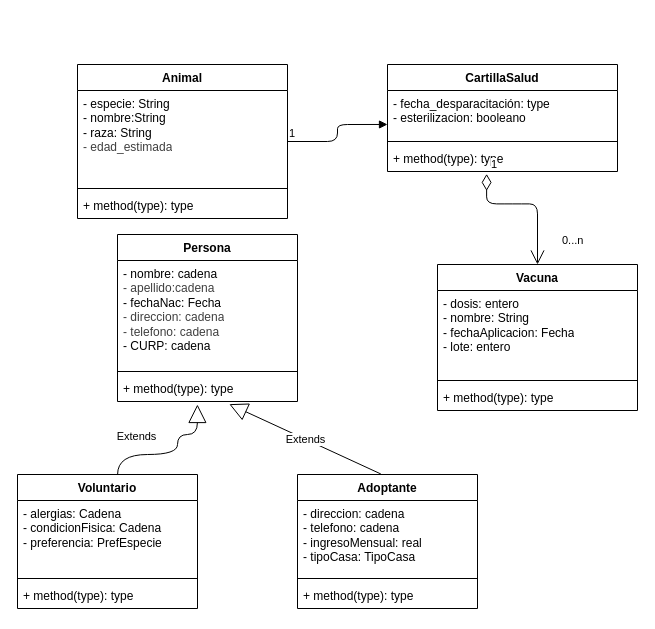
dachuacm/ejercicioRefugio keeps this draw.io diagram as diagrama.drawio. Above is the earlier version. Source tidied: cells renumbered, new cells numbered last; positions are measured from the earlier drawing's top-left corner, leaving out a move shared by most shapes. Both pictures are drawn from the tidied source at 100%, with x=0, y=0 at pixel (17, 64).
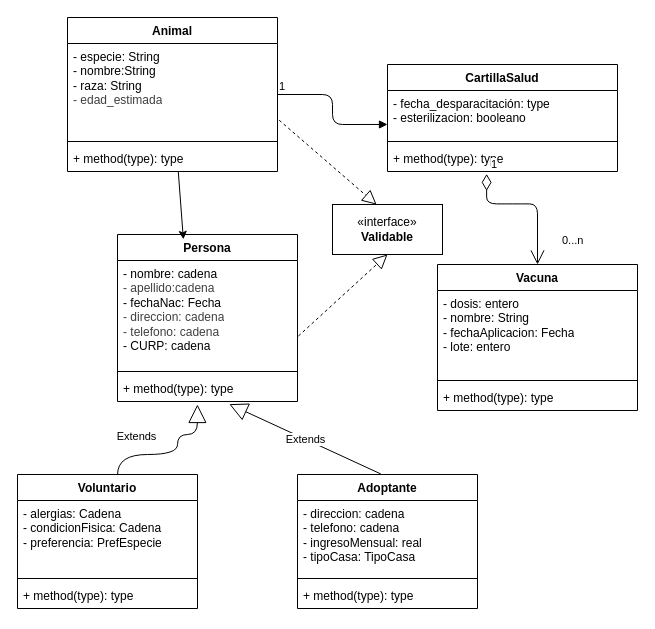
After the change.

The change refers to these unchanged cells:
```xml
<mxCell id="3" value="- especie: String&lt;div&gt;- nombre:String&lt;/div&gt;&lt;div&gt;- raza: String&lt;/div&gt;&lt;div&gt;&lt;span style=&quot;color: rgb(63, 63, 63); background-color: transparent;&quot;&gt;- edad_estimada&lt;/span&gt;&lt;/div&gt;&lt;div&gt;&lt;br&gt;&lt;/div&gt;" style="text;strokeColor=none;fillColor=none;align=left;verticalAlign=top;spacingLeft=4;spacingRight=4;overflow=hidden;points=[[0,0.5],[1,0.5]];portConstraint=eastwest;whiteSpace=wrap;html=1;" parent="2" vertex="1">
  <mxGeometry y="26" width="210" height="94" as="geometry" />
</mxCell>
<mxCell id="18" value="Persona" style="swimlane;fontStyle=1;align=center;verticalAlign=top;horizontal=1;startSize=26;whiteSpace=wrap;html=1;" parent="1" vertex="1">
  <mxGeometry x="100" y="170" width="180" height="167" as="geometry" />
</mxCell>
<mxCell id="19" value="- nombre: cadena&lt;div&gt;&lt;span style=&quot;color: rgb(63, 63, 63); background-color: transparent;&quot;&gt;- apellido:cadena&lt;/span&gt;&lt;div&gt;- fechaNac: Fecha&lt;/div&gt;&lt;div&gt;&lt;div style=&quot;color: rgb(63, 63, 63); scrollbar-color: rgba(100, 100, 100, 0.4) rgb(255, 255, 255);&quot;&gt;&lt;div style=&quot;color: rgb(63, 63, 63); scrollbar-color: rgba(100, 100, 100, 0.4) rgb(255, 255, 255);&quot;&gt;- direccion: cadena&lt;/div&gt;&lt;/div&gt;&lt;div style=&quot;color: rgb(63, 63, 63); scrollbar-color: rgba(100, 100, 100, 0.4) rgb(255, 255, 255);&quot;&gt;- telefono: cadena&lt;/div&gt;&lt;/div&gt;&lt;div&gt;- CURP: cadena&lt;/div&gt;&lt;div&gt;&lt;br&gt;&lt;/div&gt;&lt;/div&gt;" style="text;strokeColor=none;fillColor=none;align=left;verticalAlign=top;spacingLeft=4;spacingRight=4;overflow=hidden;points=[[0,0.5],[1,0.5]];portConstraint=eastwest;whiteSpace=wrap;html=1;" parent="18" vertex="1">
  <mxGeometry y="26" width="180" height="107" as="geometry" />
</mxCell>
```

Change to the diagram source:
```diff
@@
     <mxCell id="2" value="Animal" style="swimlane;fontStyle=1;align=center;verticalAlign=top;horizontal=1;startSize=26;whiteSpace=wrap;html=1;" parent="1" vertex="1">
-      <mxGeometry x="60" width="210" height="154" as="geometry" />
+      <mxGeometry x="50" y="-47" width="210" height="154" as="geometry" />
     </mxCell>
@@
+    <mxCell id="32" value="«interface»&lt;br&gt;&lt;b&gt;Validable&lt;/b&gt;" style="html=1;whiteSpace=wrap;" parent="1" vertex="1">
+      <mxGeometry x="315" y="140" width="110" height="50" as="geometry" />
+    </mxCell>
+    <mxCell id="33" style="endArrow=block;dashed=1;endFill=0;endSize=12;html=1;entryX=0.5;entryY=1;entryDx=0;entryDy=0;exitX=1.005;exitY=0.706;exitDx=0;exitDy=0;exitPerimeter=0;" parent="1" edge="1" source="19" target="32">
+      <mxGeometry relative="1" as="geometry" />
+    </mxCell>
+    <mxCell id="34" style="endArrow=block;dashed=1;endFill=0;endSize=12;html=1;exitX=1.008;exitY=0.816;exitDx=0;exitDy=0;exitPerimeter=0;entryX=0.401;entryY=0.003;entryDx=0;entryDy=0;entryPerimeter=0;" parent="1" edge="1" source="3" target="32">
+      <mxGeometry relative="1" as="geometry" />
+    </mxCell>
+    <mxCell id="35" style="edgeStyle=none;html=1;entryX=0.366;entryY=0.029;entryDx=0;entryDy=0;entryPerimeter=0;" parent="1" edge="1" source="2" target="18">
+      <mxGeometry relative="1" as="geometry" />
+    </mxCell>
```
